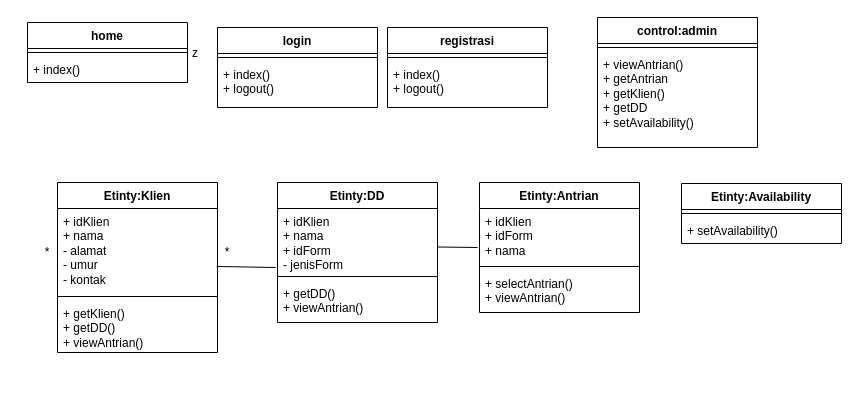
Before: Mini-Proj/Class-Diagram-MN.drawio in mahesri/uml_ads_sms3, a draw.io diagram. Source tidied: cells renumbered, new cells numbered last; positions are measured from the earlier drawing's top-left corner, leaving out a move shared by most shapes. Both pictures are drawn from the tidied source at 100%, with x=0, y=0 at pixel (17, 17).
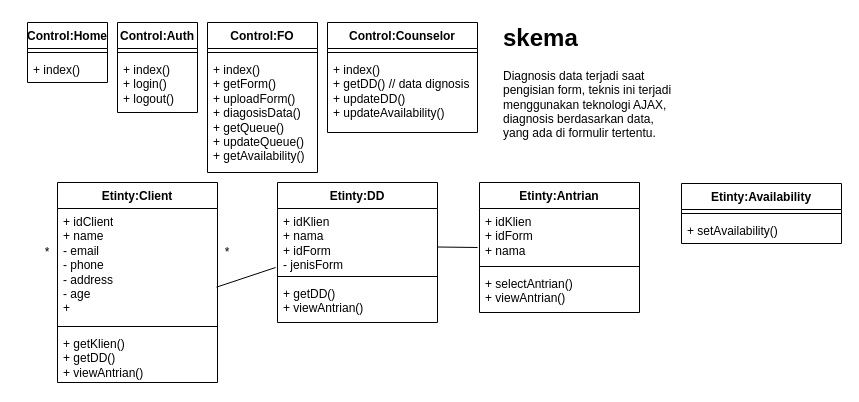
Above is the later version.

What changed in the source:
```diff
@@
-    <mxCell id="2" value="Etinty:Klien" style="swimlane;fontStyle=1;align=center;verticalAlign=top;horizontal=1;startSize=26;whiteSpace=wrap;html=1;" parent="1" vertex="1">
-      <mxGeometry x="40" y="165" width="160" height="170" as="geometry" />
+    <mxCell id="2" value="Etinty:Client" style="swimlane;fontStyle=1;align=center;verticalAlign=top;horizontal=1;startSize=26;whiteSpace=wrap;html=1;" parent="1" vertex="1">
+      <mxGeometry x="40" y="165" width="160" height="200" as="geometry" />
     </mxCell>
-    <mxCell id="3" value="+ idKlien&lt;br&gt;+ nama&lt;br&gt;- alamat&lt;br&gt;- umur&lt;br&gt;- kontak" style="text;strokeColor=none;fillColor=none;align=left;verticalAlign=top;spacingLeft=4;spacingRight=4;overflow=hidden;points=[[0,0.5],[1,0.5]];portConstraint=eastwest;whiteSpace=wrap;html=1;" parent="2" vertex="1">
-      <mxGeometry y="26" width="160" height="84" as="geometry" />
+    <mxCell id="3" value="+ idClient&lt;div&gt;+ name&lt;/div&gt;&lt;div&gt;- email&lt;/div&gt;&lt;div&gt;- phone&lt;br&gt;- address&lt;br&gt;- age&lt;br&gt;&lt;/div&gt;&lt;div&gt;+&amp;nbsp;&lt;/div&gt;" style="text;strokeColor=none;fillColor=none;align=left;verticalAlign=top;spacingLeft=4;spacingRight=4;overflow=hidden;points=[[0,0.5],[1,0.5]];portConstraint=eastwest;whiteSpace=wrap;html=1;" parent="2" vertex="1">
+      <mxGeometry y="26" width="160" height="114" as="geometry" />
     </mxCell>
     <mxCell id="4" style="line;strokeWidth=1;fillColor=none;align=left;verticalAlign=middle;spacingTop=-1;spacingLeft=3;spacingRight=3;labelPosition=right;strokeColor=inherit;" parent="2" vertex="1">
-      <mxGeometry y="110" width="160" height="8" as="geometry" />
+      <mxGeometry y="140" width="160" height="8" as="geometry" />
     </mxCell>
     <mxCell id="5" value="+ getKlien()&lt;br&gt;+ getDD()&lt;br&gt;+ viewAntrian()" style="text;strokeColor=none;fillColor=none;align=left;verticalAlign=top;spacingLeft=4;spacingRight=4;overflow=hidden;whiteSpace=wrap;html=1;" parent="2" vertex="1">
-      <mxGeometry y="118" width="160" height="52" as="geometry" />
+      <mxGeometry y="148" width="160" height="52" as="geometry" />
     </mxCell>
@@
-    <mxCell id="10" value="registrasi" style="swimlane;fontStyle=1;align=center;verticalAlign=top;horizontal=1;startSize=26;whiteSpace=wrap;html=1;" parent="1" vertex="1">
-      <mxGeometry x="370" y="10" width="160" height="80" as="geometry" />
-    </mxCell>
-    <mxCell id="11" style="line;strokeWidth=1;fillColor=none;align=left;verticalAlign=middle;spacingTop=-1;spacingLeft=3;spacingRight=3;labelPosition=right;strokeColor=inherit;" parent="10" vertex="1">
-      <mxGeometry y="26" width="160" height="8" as="geometry" />
-    </mxCell>
-    <mxCell id="12" value="+ index()&lt;div&gt;+ logout()&lt;/div&gt;" style="text;strokeColor=none;fillColor=none;align=left;verticalAlign=top;spacingLeft=4;spacingRight=4;overflow=hidden;whiteSpace=wrap;html=1;" parent="10" vertex="1">
-      <mxGeometry y="34" width="160" height="46" as="geometry" />
-    </mxCell>
-    <mxCell id="13" value="control:admin" style="swimlane;fontStyle=1;align=center;verticalAlign=top;horizontal=1;startSize=26;whiteSpace=wrap;html=1;" parent="1" vertex="1">
-      <mxGeometry x="580" width="160" height="130" as="geometry" />
+    <mxCell id="13" value="Control:FO" style="swimlane;fontStyle=1;align=center;verticalAlign=top;horizontal=1;startSize=26;whiteSpace=wrap;html=1;" parent="1" vertex="1">
+      <mxGeometry x="190" y="5" width="110" height="150" as="geometry" />
     </mxCell>
     <mxCell id="14" style="line;strokeWidth=1;fillColor=none;align=left;verticalAlign=middle;spacingTop=-1;spacingLeft=3;spacingRight=3;labelPosition=right;strokeColor=inherit;" parent="13" vertex="1">
-      <mxGeometry y="26" width="160" height="8" as="geometry" />
+      <mxGeometry y="26" width="110" height="8" as="geometry" />
     </mxCell>
-    <mxCell id="15" value="+ viewAntrian()&lt;br&gt;+ getAntrian&lt;br&gt;+ getKlien()&lt;br&gt;+ getDD&lt;br&gt;+ setAvailability()&lt;br&gt;" style="text;strokeColor=none;fillColor=none;align=left;verticalAlign=top;spacingLeft=4;spacingRight=4;overflow=hidden;whiteSpace=wrap;html=1;" parent="13" vertex="1">
-      <mxGeometry y="34" width="160" height="96" as="geometry" />
+    <mxCell id="15" value="+ index()&amp;nbsp;&lt;br&gt;+ getForm()&amp;nbsp;&lt;div&gt;+ uploadForm()&lt;/div&gt;&lt;div&gt;+ diagosisData()&lt;br&gt;+ getQueue()&lt;br&gt;+ updateQueue()&lt;/div&gt;&lt;div&gt;+ getAvailability()&lt;/div&gt;" style="text;strokeColor=none;fillColor=none;align=left;verticalAlign=top;spacingLeft=4;spacingRight=4;overflow=hidden;whiteSpace=wrap;html=1;" parent="13" vertex="1">
+      <mxGeometry y="34" width="110" height="116" as="geometry" />
     </mxCell>
@@
-    <mxCell id="27" value="home" style="swimlane;fontStyle=1;align=center;verticalAlign=top;horizontal=1;startSize=26;whiteSpace=wrap;html=1;" parent="1" vertex="1">
-      <mxGeometry x="10" y="5" width="160" height="60" as="geometry" />
-    </mxCell>
-    <mxCell id="28" value="z" style="line;strokeWidth=1;fillColor=none;align=left;verticalAlign=middle;spacingTop=-1;spacingLeft=3;spacingRight=3;labelPosition=right;strokeColor=inherit;" parent="27" vertex="1">
-      <mxGeometry y="26" width="160" height="8" as="geometry" />
-    </mxCell>
-    <mxCell id="29" value="+ index()" style="text;strokeColor=none;fillColor=none;align=left;verticalAlign=top;spacingLeft=4;spacingRight=4;overflow=hidden;whiteSpace=wrap;html=1;" parent="27" vertex="1">
-      <mxGeometry y="34" width="160" height="26" as="geometry" />
-    </mxCell>
-    <mxCell id="30" value="login" style="swimlane;fontStyle=1;align=center;verticalAlign=top;horizontal=1;startSize=26;whiteSpace=wrap;html=1;" parent="1" vertex="1">
-      <mxGeometry x="200" y="10" width="160" height="80" as="geometry" />
+    <mxCell id="30" value="Control:Auth" style="swimlane;fontStyle=1;align=center;verticalAlign=top;horizontal=1;startSize=26;whiteSpace=wrap;html=1;" parent="1" vertex="1">
+      <mxGeometry x="100" y="5" width="80" height="90" as="geometry" />
     </mxCell>
     <mxCell id="31" style="line;strokeWidth=1;fillColor=none;align=left;verticalAlign=middle;spacingTop=-1;spacingLeft=3;spacingRight=3;labelPosition=right;strokeColor=inherit;" parent="30" vertex="1">
-      <mxGeometry y="26" width="160" height="8" as="geometry" />
+      <mxGeometry y="26" width="80" height="8" as="geometry" />
     </mxCell>
-    <mxCell id="32" value="+ index()&lt;div&gt;+ logout()&lt;/div&gt;" style="text;strokeColor=none;fillColor=none;align=left;verticalAlign=top;spacingLeft=4;spacingRight=4;overflow=hidden;whiteSpace=wrap;html=1;" parent="30" vertex="1">
-      <mxGeometry y="34" width="160" height="46" as="geometry" />
+    <mxCell id="32" value="+ index()&lt;div&gt;+ login()&lt;br&gt;&lt;div&gt;+ logout()&lt;/div&gt;&lt;/div&gt;" style="text;strokeColor=none;fillColor=none;align=left;verticalAlign=top;spacingLeft=4;spacingRight=4;overflow=hidden;whiteSpace=wrap;html=1;" parent="30" vertex="1">
+      <mxGeometry y="34" width="80" height="56" as="geometry" />
     </mxCell>
+    <mxCell id="33" value="Control:Counselor" style="swimlane;fontStyle=1;align=center;verticalAlign=top;horizontal=1;startSize=26;whiteSpace=wrap;html=1;" parent="1" vertex="1">
+      <mxGeometry x="310" y="5" width="150" height="110" as="geometry" />
+    </mxCell>
+    <mxCell id="34" style="line;strokeWidth=1;fillColor=none;align=left;verticalAlign=middle;spacingTop=-1;spacingLeft=3;spacingRight=3;labelPosition=right;strokeColor=inherit;" parent="33" vertex="1">
+      <mxGeometry y="26" width="150" height="8" as="geometry" />
+    </mxCell>
+    <mxCell id="35" value="+ index()&amp;nbsp;&lt;br&gt;+ getDD() // data dignosis&lt;div&gt;+ updateDD()&amp;nbsp;&lt;div&gt;+ updateAvailability()&lt;/div&gt;&lt;/div&gt;" style="text;strokeColor=none;fillColor=none;align=left;verticalAlign=top;spacingLeft=4;spacingRight=4;overflow=hidden;whiteSpace=wrap;html=1;" parent="33" vertex="1">
+      <mxGeometry y="34" width="150" height="76" as="geometry" />
+    </mxCell>
+    <mxCell id="36" value="Control:Home" style="swimlane;fontStyle=1;align=center;verticalAlign=top;horizontal=1;startSize=26;whiteSpace=wrap;html=1;" parent="1" vertex="1">
+      <mxGeometry x="10" y="5" width="80" height="60" as="geometry" />
+    </mxCell>
+    <mxCell id="37" style="line;strokeWidth=1;fillColor=none;align=left;verticalAlign=middle;spacingTop=-1;spacingLeft=3;spacingRight=3;labelPosition=right;strokeColor=inherit;" parent="36" vertex="1">
+      <mxGeometry y="26" width="80" height="8" as="geometry" />
+    </mxCell>
+    <mxCell id="29" value="+ index()" style="text;strokeColor=none;fillColor=none;align=left;verticalAlign=top;spacingLeft=4;spacingRight=4;overflow=hidden;whiteSpace=wrap;html=1;" parent="36" vertex="1">
+      <mxGeometry y="34" width="80" height="26" as="geometry" />
+    </mxCell>
+    <mxCell id="38" value="&lt;h1 style=&quot;margin-top: 0px;&quot;&gt;&lt;font&gt;skema&lt;/font&gt;&lt;/h1&gt;&lt;div&gt;&lt;font&gt;Diagnosis data terjadi saat pengisian form, teknis ini terjadi&lt;/font&gt;&lt;/div&gt;&lt;div&gt;&lt;font&gt;menggunakan teknologi AJAX,&amp;nbsp;&lt;/font&gt;&lt;/div&gt;&lt;div&gt;&lt;font&gt;diagnosis berdasarkan data, yang ada di formulir tertentu.&lt;/font&gt;&lt;/div&gt;" style="text;html=1;whiteSpace=wrap;overflow=hidden;rounded=0;" parent="1" vertex="1">
+      <mxGeometry x="484" width="180" height="145" as="geometry" />
+    </mxCell>
```
